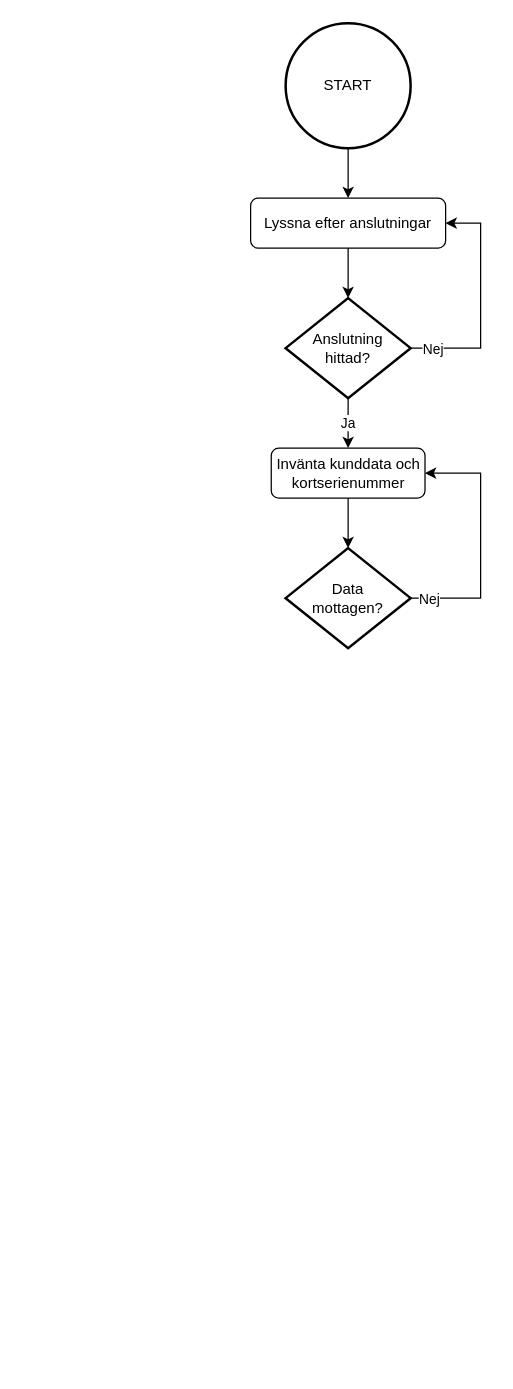
Above: flowchart planering.drawio in JakeBow/shopping-list (draw.io), before the change. Source tidied: cells renumbered, new cells numbered last; positions are measured from the earlier drawing's top-left corner, leaving out a move shared by most shapes. Both pictures are drawn from the tidied source at 125%, with x=0, y=0 at pixel (250, 22).
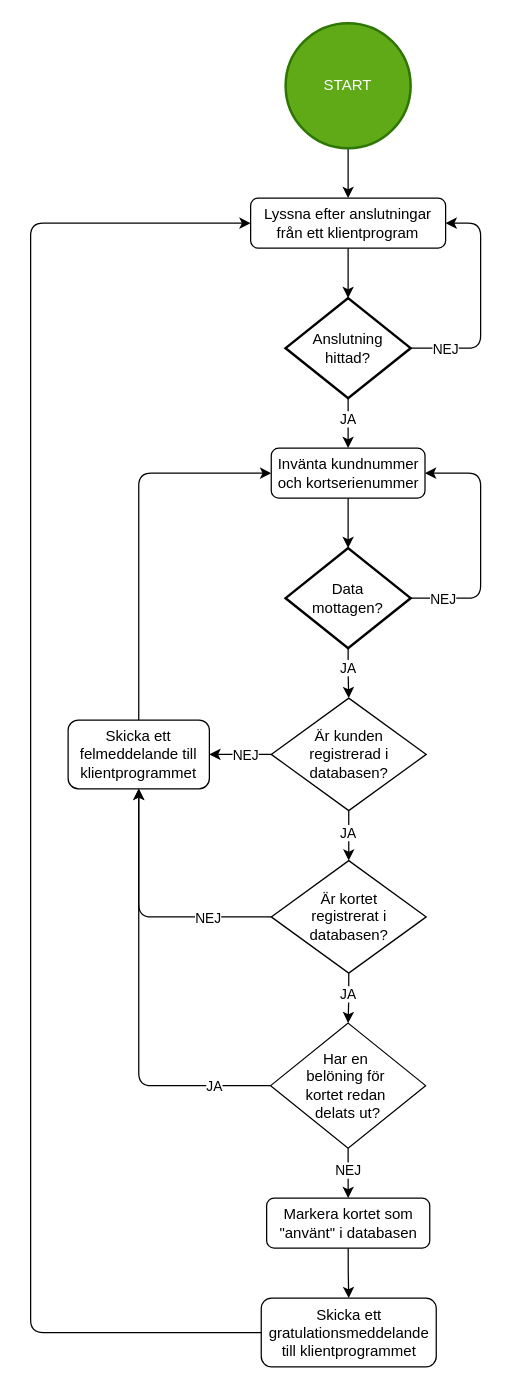
The same page after the edit.

Unchanged cells that the change refers to:
```xml
<mxCell id="8" style="edgeStyle=orthogonalEdgeStyle;rounded=0;jettySize=auto;html=1;exitX=0.5;exitY=1;exitDx=0;exitDy=0;exitPerimeter=0;entryX=0.5;entryY=0;entryDx=0;entryDy=0;" parent="1" edge="1" source="10" target="11">
  <mxGeometry relative="1" as="geometry" />
</mxCell>
<mxCell id="10" value="&lt;div&gt;Anslutning&lt;/div&gt;&lt;div&gt;hittad?&lt;/div&gt;" style="strokeWidth=2;html=1;shape=mxgraph.flowchart.decision;whiteSpace=wrap;" parent="1" vertex="1">
  <mxGeometry x="28" y="220" width="100" height="80" as="geometry" />
</mxCell>
```

The edit, as a diff of the source:
```diff
@@
-    <mxCell id="2" value="Lyssna efter anslutningar" style="rounded=1;whiteSpace=wrap;html=1;fontSize=12;glass=0;strokeWidth=1;shadow=0;" parent="1" vertex="1">
+    <mxCell id="2" value="Lyssna efter anslutningar från ett klientprogram" style="rounded=1;whiteSpace=wrap;html=1;fontSize=12;glass=0;strokeWidth=1;shadow=0;" parent="1" vertex="1">
       <mxGeometry y="140" width="156" height="40" as="geometry" />
     </mxCell>
@@
-    <mxCell id="4" value="&lt;div&gt;START&lt;/div&gt;" style="strokeWidth=2;html=1;shape=mxgraph.flowchart.start_2;whiteSpace=wrap;" parent="1" vertex="1">
+    <mxCell id="4" value="&lt;div&gt;START&lt;/div&gt;" style="strokeWidth=2;html=1;shape=mxgraph.flowchart.start_2;whiteSpace=wrap;fillColor=#60a917;fontColor=#ffffff;strokeColor=#2D7600;" parent="1" vertex="1">
       <mxGeometry x="28" width="100" height="100" as="geometry" />
     </mxCell>
@@
-    <mxCell id="6" style="edgeStyle=orthogonalEdgeStyle;rounded=0;jettySize=auto;html=1;exitX=1;exitY=0.5;exitDx=0;exitDy=0;exitPerimeter=0;entryX=1;entryY=0.5;entryDx=0;entryDy=0;" parent="1" edge="1" source="10" target="2">
+    <mxCell id="6" style="edgeStyle=orthogonalEdgeStyle;rounded=1;jettySize=auto;html=1;exitX=1;exitY=0.5;exitDx=0;exitDy=0;exitPerimeter=0;entryX=1;entryY=0.5;entryDx=0;entryDy=0;curved=0;" parent="1" edge="1" source="10" target="2">
       <mxGeometry relative="1" as="geometry">
         <Array as="points">
           <mxPoint x="184" y="260" />
           <mxPoint x="184" y="160" />
         </Array>
       </mxGeometry>
     </mxCell>
-    <mxCell id="7" value="Nej" style="edgeLabel;html=1;align=center;verticalAlign=middle;" parent="6" vertex="1">
+    <mxCell id="7" value="NEJ" style="edgeLabel;html=1;align=center;verticalAlign=middle;" parent="6" vertex="1">
       <mxGeometry x="-0.82" y="-1" relative="1" as="geometry">
-        <mxPoint y="-1" as="offset" />
+        <mxPoint x="10" y="-1" as="offset" />
       </mxGeometry>
     </mxCell>
@@
-    <mxCell id="9" value="Ja" style="edgeLabel;html=1;align=center;verticalAlign=middle;" parent="8" vertex="1">
+    <mxCell id="9" value="JA" style="edgeLabel;html=1;align=center;verticalAlign=middle;" parent="8" vertex="1">
       <mxGeometry x="-0.05" y="1" relative="1" as="geometry">
-        <mxPoint x="-2" as="offset" />
+        <mxPoint x="-2" y="-3" as="offset" />
       </mxGeometry>
     </mxCell>
@@
-    <mxCell id="11" value="Invänta kunddata och kortserienummer" style="rounded=1;whiteSpace=wrap;html=1;fontSize=12;glass=0;strokeWidth=1;shadow=0;" parent="1" vertex="1">
+    <mxCell id="11" value="Invänta kundnummer och kortserienummer" style="rounded=1;whiteSpace=wrap;html=1;fontSize=12;glass=0;strokeWidth=1;shadow=0;" parent="1" vertex="1">
       <mxGeometry x="16.5" y="340" width="123" height="40" as="geometry" />
     </mxCell>
-    <mxCell id="12" style="edgeStyle=orthogonalEdgeStyle;rounded=0;jettySize=auto;html=1;exitX=1;exitY=0.5;exitDx=0;exitDy=0;exitPerimeter=0;entryX=1;entryY=0.5;entryDx=0;entryDy=0;" parent="1" edge="1" source="14" target="11">
+    <mxCell id="12" style="edgeStyle=orthogonalEdgeStyle;rounded=1;jettySize=auto;html=1;exitX=1;exitY=0.5;exitDx=0;exitDy=0;exitPerimeter=0;entryX=1;entryY=0.5;entryDx=0;entryDy=0;curved=0;" parent="1" edge="1" source="14" target="11">
       <mxGeometry relative="1" as="geometry">
         <Array as="points">
           <mxPoint x="184" y="460" />
           <mxPoint x="184" y="360" />
         </Array>
       </mxGeometry>
     </mxCell>
-    <mxCell id="13" value="Nej" style="edgeLabel;html=1;align=center;verticalAlign=middle;" parent="12" vertex="1">
+    <mxCell id="13" value="NEJ" style="edgeLabel;html=1;align=center;verticalAlign=middle;" parent="12" vertex="1">
       <mxGeometry x="-0.86" y="-1" relative="1" as="geometry">
-        <mxPoint y="-1" as="offset" />
+        <mxPoint x="11" y="-1" as="offset" />
       </mxGeometry>
     </mxCell>
+    <mxCell id="16" style="edgeStyle=orthogonalEdgeStyle;rounded=0;jettySize=auto;html=1;exitX=0.5;exitY=1;exitDx=0;exitDy=0;exitPerimeter=0;entryX=0.5;entryY=0;entryDx=0;entryDy=0;" parent="1" edge="1" source="14" target="22">
+      <mxGeometry relative="1" as="geometry" />
+    </mxCell>
+    <mxCell id="17" value="&lt;div&gt;JA&lt;/div&gt;" style="edgeLabel;html=1;align=center;verticalAlign=middle;" parent="16" vertex="1">
+      <mxGeometry x="-0.26" y="2" relative="1" as="geometry">
+        <mxPoint x="-3" as="offset" />
+      </mxGeometry>
+    </mxCell>
-    <mxCell id="14" value="&lt;div&gt;Data&lt;/div&gt;&lt;div&gt;mottagen?&lt;/div&gt;" style="strokeWidth=2;html=1;shape=mxgraph.flowchart.decision;whiteSpace=wrap;" parent="1" vertex="1">
+    <mxCell id="14" value="&lt;div&gt;&lt;div&gt;Data&lt;/div&gt;&lt;div&gt;mottagen?&lt;/div&gt;&lt;/div&gt;" style="strokeWidth=2;html=1;shape=mxgraph.flowchart.decision;whiteSpace=wrap;" parent="1" vertex="1">
       <mxGeometry x="28" y="420" width="100" height="80" as="geometry" />
     </mxCell>
@@
+    <mxCell id="18" style="edgeStyle=orthogonalEdgeStyle;rounded=0;jettySize=auto;html=1;exitX=0;exitY=0.5;exitDx=0;exitDy=0;entryX=1;entryY=0.5;entryDx=0;entryDy=0;" parent="1" edge="1" source="22" target="24">
+      <mxGeometry relative="1" as="geometry" />
+    </mxCell>
+    <mxCell id="19" value="NEJ" style="edgeLabel;html=1;align=center;verticalAlign=middle;" parent="18" vertex="1">
+      <mxGeometry x="-0.16" relative="1" as="geometry" />
+    </mxCell>
+    <mxCell id="20" style="edgeStyle=orthogonalEdgeStyle;rounded=0;jettySize=auto;html=1;exitX=0.5;exitY=1;exitDx=0;exitDy=0;entryX=0.5;entryY=0;entryDx=0;entryDy=0;" parent="1" edge="1" source="22" target="29">
+      <mxGeometry relative="1" as="geometry" />
+    </mxCell>
+    <mxCell id="21" value="JA" style="edgeLabel;html=1;align=center;verticalAlign=middle;" parent="20" vertex="1">
+      <mxGeometry x="-0.17" y="-1" relative="1" as="geometry" />
+    </mxCell>
+    <mxCell id="22" value="&lt;div&gt;Är kunden&lt;/div&gt;&lt;div&gt;registrerad i databasen?&lt;/div&gt;" style="rhombus;whiteSpace=wrap;html=1;" parent="1" vertex="1">
+      <mxGeometry x="16.5" y="540" width="124" height="90" as="geometry" />
+    </mxCell>
+    <mxCell id="23" style="edgeStyle=orthogonalEdgeStyle;rounded=1;jettySize=auto;html=1;exitX=0.5;exitY=0;exitDx=0;exitDy=0;entryX=0;entryY=0.5;entryDx=0;entryDy=0;curved=0;" parent="1" edge="1" source="24" target="11">
+      <mxGeometry relative="1" as="geometry" />
+    </mxCell>
+    <mxCell id="24" value="Skicka ett felmeddelande till klientprogrammet" style="rounded=1;whiteSpace=wrap;html=1;fontSize=12;glass=0;strokeWidth=1;shadow=0;" parent="1" vertex="1">
+      <mxGeometry x="-146" y="557.5" width="113" height="55" as="geometry" />
+    </mxCell>
+    <mxCell id="25" style="edgeStyle=orthogonalEdgeStyle;rounded=1;jettySize=auto;html=1;exitX=0;exitY=0.5;exitDx=0;exitDy=0;entryX=0.5;entryY=1;entryDx=0;entryDy=0;curved=0;" parent="1" edge="1" source="29" target="24">
+      <mxGeometry relative="1" as="geometry" />
+    </mxCell>
+    <mxCell id="26" value="NEJ" style="edgeLabel;html=1;align=center;verticalAlign=middle;" parent="25" vertex="1">
+      <mxGeometry x="-0.6" relative="1" as="geometry">
+        <mxPoint x="-9" as="offset" />
+      </mxGeometry>
+    </mxCell>
+    <mxCell id="27" style="edgeStyle=orthogonalEdgeStyle;rounded=0;jettySize=auto;html=1;exitX=0.5;exitY=1;exitDx=0;exitDy=0;entryX=0.5;entryY=0;entryDx=0;entryDy=0;" parent="1" edge="1" source="29" target="38">
+      <mxGeometry relative="1" as="geometry" />
+    </mxCell>
+    <mxCell id="28" value="JA" style="edgeLabel;html=1;align=center;verticalAlign=middle;" parent="27" vertex="1">
+      <mxGeometry x="-0.19" y="1" relative="1" as="geometry">
+        <mxPoint x="-2" as="offset" />
+      </mxGeometry>
+    </mxCell>
+    <mxCell id="29" value="&lt;div&gt;Är kortet&lt;/div&gt;&lt;div&gt;registrerat i databasen?&lt;/div&gt;" style="rhombus;whiteSpace=wrap;html=1;" parent="1" vertex="1">
+      <mxGeometry x="16.5" y="670" width="124" height="90" as="geometry" />
+    </mxCell>
+    <mxCell id="30" style="edgeStyle=orthogonalEdgeStyle;rounded=0;jettySize=auto;html=1;exitX=0.5;exitY=1;exitDx=0;exitDy=0;entryX=0.5;entryY=0;entryDx=0;entryDy=0;" parent="1" edge="1" source="31" target="33">
+      <mxGeometry relative="1" as="geometry" />
+    </mxCell>
+    <mxCell id="31" value="Markera kortet som &quot;använt&quot; i databasen" style="rounded=1;whiteSpace=wrap;html=1;fontSize=12;glass=0;strokeWidth=1;shadow=0;" parent="1" vertex="1">
+      <mxGeometry x="12.8" y="940" width="130.5" height="40" as="geometry" />
+    </mxCell>
+    <mxCell id="32" style="edgeStyle=orthogonalEdgeStyle;rounded=1;jettySize=auto;html=1;exitX=0;exitY=0.5;exitDx=0;exitDy=0;entryX=0;entryY=0.5;entryDx=0;entryDy=0;curved=0;" parent="1" edge="1" source="33" target="2">
+      <mxGeometry relative="1" as="geometry">
+        <Array as="points">
+          <mxPoint x="-176" y="1048" />
+          <mxPoint x="-176" y="160" />
+        </Array>
+      </mxGeometry>
+    </mxCell>
+    <mxCell id="33" value="Skicka ett gratulationsmeddelande till klientprogrammet" style="rounded=1;whiteSpace=wrap;html=1;fontSize=12;glass=0;strokeWidth=1;shadow=0;" parent="1" vertex="1">
+      <mxGeometry x="8.5" y="1020" width="140" height="55" as="geometry" />
+    </mxCell>
+    <mxCell id="34" style="edgeStyle=orthogonalEdgeStyle;rounded=1;jettySize=auto;html=1;exitX=0;exitY=0.5;exitDx=0;exitDy=0;entryX=0.5;entryY=1;entryDx=0;entryDy=0;curved=0;" parent="1" edge="1" source="38" target="24">
+      <mxGeometry relative="1" as="geometry" />
+    </mxCell>
+    <mxCell id="35" value="JA" style="edgeLabel;html=1;align=center;verticalAlign=middle;" parent="34" vertex="1">
+      <mxGeometry x="-0.73" y="1" relative="1" as="geometry">
+        <mxPoint y="-1" as="offset" />
+      </mxGeometry>
+    </mxCell>
+    <mxCell id="36" style="edgeStyle=orthogonalEdgeStyle;rounded=0;jettySize=auto;html=1;exitX=0.5;exitY=1;exitDx=0;exitDy=0;entryX=0.5;entryY=0;entryDx=0;entryDy=0;" parent="1" edge="1" source="38" target="31">
+      <mxGeometry relative="1" as="geometry" />
+    </mxCell>
+    <mxCell id="37" value="NEJ" style="edgeLabel;html=1;align=center;verticalAlign=middle;" parent="36" vertex="1">
+      <mxGeometry x="-0.17" y="-1" relative="1" as="geometry" />
+    </mxCell>
+    <mxCell id="38" value="&lt;div&gt;Har en&amp;nbsp;&lt;/div&gt;&lt;div&gt;belöning för&amp;nbsp;&lt;/div&gt;&lt;div&gt;kortet redan&amp;nbsp;&lt;/div&gt;&lt;div&gt;delats ut?&lt;/div&gt;" style="rhombus;whiteSpace=wrap;html=1;" parent="1" vertex="1">
+      <mxGeometry x="16" y="800" width="124" height="100" as="geometry" />
+    </mxCell>
```
